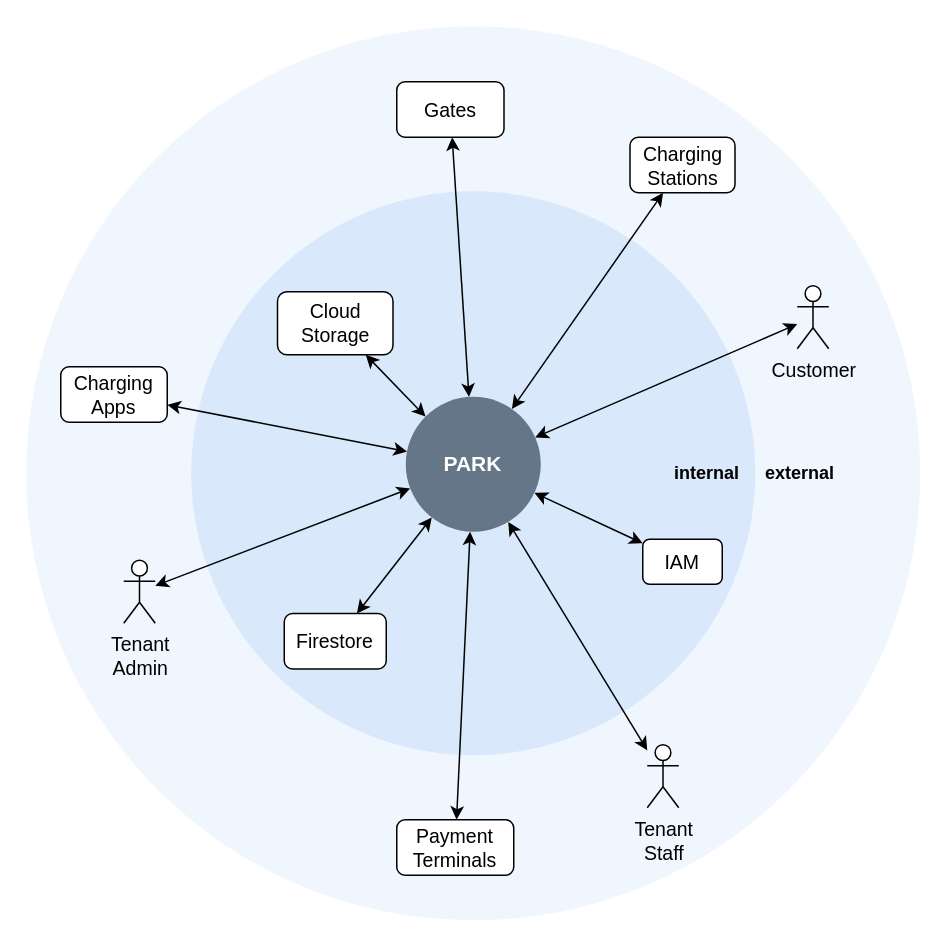
Above: docs/final_submission/resources/context-diagram.drawio in HTWG-Zeugs/park (draw.io), before the change. Source tidied: cells renumbered, new cells numbered last; positions are measured from the earlier drawing's top-left corner, leaving out a move shared by most shapes. Both pictures are drawn from the tidied source at 150%, with x=0, y=0 at pixel (26, 26).
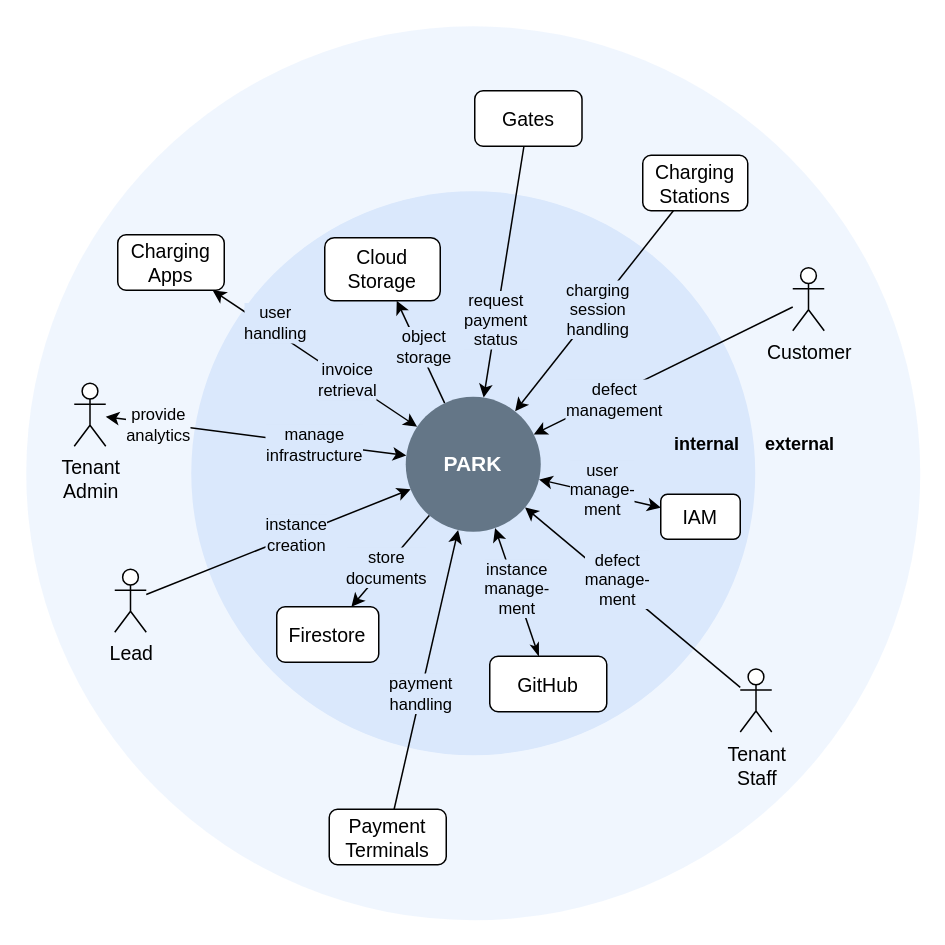
After the change.

Commit message (it also covers changes not shown here):
added context and use case diagrams

The change refers to these unchanged cells:
```xml
<mxCell id="4" value="&lt;span&gt;PARK&lt;/span&gt;" style="ellipse;whiteSpace=wrap;html=1;fillColor=#647687;fontColor=#ffffff;fontSize=14;fontStyle=1;strokeColor=none;" parent="1" vertex="1">
  <mxGeometry x="253" y="247" width="90" height="90" as="geometry" />
</mxCell>
<mxCell id="7" style="rounded=0;jettySize=auto;html=1;startArrow=classic;startFill=1;endArrow=classic;endFill=1;" parent="1" edge="1" source="8" target="4">
  <mxGeometry relative="1" as="geometry" />
</mxCell>
<mxCell id="19" style="rounded=0;jettySize=auto;html=1;startArrow=classic;startFill=1;endArrow=classic;endFill=1;" parent="1" edge="1" source="20" target="4">
  <mxGeometry relative="1" as="geometry" />
</mxCell>
<mxCell id="23" style="rounded=0;jettySize=auto;html=1;startArrow=classic;startFill=1;endArrow=classic;endFill=1;" parent="1" edge="1" source="24" target="4">
  <mxGeometry relative="1" as="geometry" />
</mxCell>
```

The edit, as a diff of the source:
```diff
@@
     <mxCell id="5" value="internal" style="text;html=1;align=center;verticalAlign=middle;whiteSpace=wrap;rounded=0;fontStyle=1;" parent="1" vertex="1">
-      <mxGeometry x="424" y="283" width="60" height="30" as="geometry" />
+      <mxGeometry x="423.5" y="264" width="60" height="30" as="geometry" />
     </mxCell>
     <mxCell id="6" value="external" style="text;html=1;align=center;verticalAlign=middle;whiteSpace=wrap;rounded=0;fontStyle=1;" parent="1" vertex="1">
-      <mxGeometry x="486" y="283" width="60" height="30" as="geometry" />
+      <mxGeometry x="485.5" y="264" width="60" height="30" as="geometry" />
     </mxCell>
@@
+    <mxCell id="27" value="user&lt;br&gt;manage-&lt;br&gt;ment" style="edgeLabel;html=1;align=center;verticalAlign=middle;labelBackgroundColor=light-dark(#dae8fc, #ededed);" parent="7" vertex="1">
+      <mxGeometry x="-0.35" relative="1" as="geometry">
+        <mxPoint x="-13" y="-6" as="offset" />
+      </mxGeometry>
+    </mxCell>
     <mxCell id="8" value="IAM" style="rounded=1;whiteSpace=wrap;html=1;fontSize=13;" parent="1" vertex="1">
-      <mxGeometry x="411" y="342" width="53" height="30" as="geometry" />
+      <mxGeometry x="423" y="312" width="53" height="30" as="geometry" />
     </mxCell>
-    <mxCell id="9" style="rounded=0;jettySize=auto;html=1;startArrow=classic;startFill=1;endArrow=classic;endFill=1;" parent="1" edge="1" source="10" target="4">
+    <mxCell id="9" style="rounded=0;jettySize=auto;html=1;startArrow=classic;startFill=1;endArrow=none;endFill=0;" parent="1" edge="1" source="10" target="4">
       <mxGeometry relative="1" as="geometry" />
     </mxCell>
+    <mxCell id="28" value="store&lt;br&gt;documents" style="edgeLabel;html=1;align=center;verticalAlign=middle;labelBackgroundColor=light-dark(#dae8fc, #ededed);" parent="9" vertex="1">
+      <mxGeometry x="-0.12" relative="1" as="geometry" />
+    </mxCell>
     <mxCell id="10" value="Firestore" style="rounded=1;whiteSpace=wrap;html=1;fontSize=13;" parent="1" vertex="1">
-      <mxGeometry x="172" y="391.5" width="68" height="37" as="geometry" />
+      <mxGeometry x="167" y="387" width="68" height="37" as="geometry" />
     </mxCell>
-    <mxCell id="11" style="rounded=0;jettySize=auto;html=1;entryX=0;entryY=0;entryDx=0;entryDy=0;startArrow=classic;startFill=1;endArrow=classic;endFill=1;" parent="1" edge="1" source="12" target="4">
-      <mxGeometry relative="1" as="geometry" />
+    <mxCell id="11" style="rounded=0;jettySize=auto;html=1;startArrow=classic;startFill=1;endArrow=none;endFill=0;" parent="1" edge="1" target="4">
+      <mxGeometry relative="1" as="geometry">
+        <mxPoint x="247" y="183" as="sourcePoint" />
+      </mxGeometry>
     </mxCell>
+    <mxCell id="29" value="object&lt;br&gt;storage" style="edgeLabel;html=1;align=center;verticalAlign=middle;labelBackgroundColor=light-dark(#dae8fc, #ededed);" parent="11" vertex="1">
+      <mxGeometry x="-0.21" relative="1" as="geometry">
+        <mxPoint x="5" y="3" as="offset" />
+      </mxGeometry>
+    </mxCell>
     <mxCell id="12" value="Cloud &lt;br&gt;Storage" style="rounded=1;whiteSpace=wrap;html=1;fontSize=13;" parent="1" vertex="1">
-      <mxGeometry x="167.5" y="177" width="77" height="42" as="geometry" />
+      <mxGeometry x="199" y="141" width="77" height="42" as="geometry" />
     </mxCell>
-    <mxCell id="13" style="rounded=0;jettySize=auto;html=1;startArrow=classic;startFill=1;endArrow=classic;endFill=1;" parent="1" edge="1" source="14" target="4">
+    <mxCell id="13" style="rounded=0;jettySize=auto;html=1;startArrow=none;startFill=0;endArrow=classic;endFill=1;" parent="1" edge="1" source="14" target="4">
       <mxGeometry relative="1" as="geometry" />
     </mxCell>
+    <mxCell id="30" value="request&lt;br&gt;payment&lt;br&gt;status" style="edgeLabel;html=1;align=center;verticalAlign=middle;labelBackgroundColor=light-dark(#dae8fc, #436697);" parent="13" vertex="1">
+      <mxGeometry x="0.5" y="1" relative="1" as="geometry">
+        <mxPoint y="-10" as="offset" />
+      </mxGeometry>
+    </mxCell>
     <mxCell id="14" value="Gates" style="rounded=1;whiteSpace=wrap;html=1;fontSize=13;" parent="1" vertex="1">
-      <mxGeometry x="247" y="37" width="71.5" height="37" as="geometry" />
+      <mxGeometry x="299" y="43" width="71.5" height="37" as="geometry" />
     </mxCell>
-    <mxCell id="15" style="rounded=0;jettySize=auto;html=1;startArrow=classic;startFill=1;endArrow=classic;endFill=1;" parent="1" edge="1" source="16" target="4">
+    <mxCell id="15" style="rounded=0;jettySize=auto;html=1;startArrow=none;startFill=0;endArrow=classic;endFill=1;" parent="1" edge="1" source="16" target="4">
       <mxGeometry relative="1" as="geometry" />
     </mxCell>
+    <mxCell id="31" value="payment&lt;br&gt;handling" style="edgeLabel;html=1;align=center;verticalAlign=middle;labelBackgroundColor=light-dark(#dae8fc, #ededed);" parent="15" vertex="1">
+      <mxGeometry x="-0.17" relative="1" as="geometry" />
+    </mxCell>
     <mxCell id="16" value="Payment Terminals" style="rounded=1;whiteSpace=wrap;html=1;fontSize=13;" parent="1" vertex="1">
-      <mxGeometry x="247" y="529" width="78" height="37" as="geometry" />
+      <mxGeometry x="202" y="522" width="78" height="37" as="geometry" />
     </mxCell>
-    <mxCell id="17" style="rounded=0;jettySize=auto;html=1;startArrow=classic;startFill=1;endArrow=classic;endFill=1;" parent="1" edge="1" source="18" target="4">
+    <mxCell id="17" style="rounded=0;jettySize=auto;html=1;startArrow=none;startFill=0;endArrow=classic;endFill=1;" parent="1" edge="1" source="18" target="4">
       <mxGeometry relative="1" as="geometry" />
     </mxCell>
+    <mxCell id="32" value="charging&lt;br&gt;session&lt;br&gt;handling" style="edgeLabel;html=1;align=center;verticalAlign=middle;labelBackgroundColor=light-dark(#dae8fc, #ededed);" parent="17" vertex="1">
+      <mxGeometry x="-0.03" relative="1" as="geometry" />
+    </mxCell>
     <mxCell id="18" value="Charging Stations" style="rounded=1;whiteSpace=wrap;html=1;fontSize=13;" parent="1" vertex="1">
-      <mxGeometry x="402.5" y="74" width="70" height="37" as="geometry" />
+      <mxGeometry x="411" y="86" width="70" height="37" as="geometry" />
     </mxCell>
@@
+    <mxCell id="33" value="user&lt;br&gt;handling" style="edgeLabel;html=1;align=center;verticalAlign=middle;labelBackgroundColor=light-dark(#dae8fc, #ededed);" parent="19" vertex="1">
+      <mxGeometry x="-0.52" y="1" relative="1" as="geometry">
+        <mxPoint x="8" y="1" as="offset" />
+      </mxGeometry>
+    </mxCell>
+    <mxCell id="34" value="invoice&lt;br&gt;retrieval" style="edgeLabel;html=1;align=center;verticalAlign=middle;labelBackgroundColor=light-dark(#dae8fc, #ededed);" parent="19" vertex="1">
+      <mxGeometry x="0.31" relative="1" as="geometry" />
+    </mxCell>
     <mxCell id="20" value="Charging &lt;br&gt;Apps" style="rounded=1;whiteSpace=wrap;html=1;fontSize=13;" parent="1" vertex="1">
-      <mxGeometry x="23" y="227" width="71" height="37" as="geometry" />
+      <mxGeometry x="61" y="139" width="71" height="37" as="geometry" />
     </mxCell>
-    <mxCell id="21" style="rounded=0;jettySize=auto;html=1;startArrow=classic;startFill=1;endArrow=classic;endFill=1;" parent="1" edge="1" source="22" target="4">
+    <mxCell id="21" style="rounded=0;jettySize=auto;html=1;startArrow=none;startFill=0;endArrow=classic;endFill=1;" parent="1" edge="1" source="22" target="4">
       <mxGeometry relative="1" as="geometry" />
     </mxCell>
+    <mxCell id="35" value="defect&lt;br&gt;management" style="edgeLabel;html=1;align=center;verticalAlign=middle;labelBackgroundColor=light-dark(#dae8fc, #436697);" parent="21" vertex="1">
+      <mxGeometry x="0.5" relative="1" as="geometry">
+        <mxPoint x="10" y="-2" as="offset" />
+      </mxGeometry>
+    </mxCell>
     <mxCell id="22" value="Customer" style="shape=umlActor;verticalLabelPosition=bottom;verticalAlign=top;html=1;outlineConnect=0;fontSize=13;" parent="1" vertex="1">
-      <mxGeometry x="514" y="173" width="21" height="42" as="geometry" />
+      <mxGeometry x="511" y="161" width="21" height="42" as="geometry" />
     </mxCell>
@@
+    <mxCell id="36" value="manage&lt;br&gt;infrastructure" style="edgeLabel;html=1;align=center;verticalAlign=middle;labelBackgroundColor=light-dark(#dae8fc, #ededed);" parent="23" vertex="1">
+      <mxGeometry x="0.39" y="1" relative="1" as="geometry">
+        <mxPoint y="1" as="offset" />
+      </mxGeometry>
+    </mxCell>
+    <mxCell id="37" value="provide&lt;br&gt;analytics" style="edgeLabel;html=1;align=center;verticalAlign=middle;labelBackgroundColor=light-dark(#f0f6fe, #ededed);" parent="23" vertex="1">
+      <mxGeometry x="-0.62" relative="1" as="geometry">
+        <mxPoint x="-3" as="offset" />
+      </mxGeometry>
+    </mxCell>
     <mxCell id="24" value="Tenant &lt;br&gt;Admin" style="shape=umlActor;verticalLabelPosition=bottom;verticalAlign=top;html=1;outlineConnect=0;fontSize=13;" parent="1" vertex="1">
-      <mxGeometry x="65" y="356" width="21" height="42" as="geometry" />
+      <mxGeometry x="32" y="238" width="21" height="42" as="geometry" />
     </mxCell>
-    <mxCell id="25" style="rounded=0;jettySize=auto;html=1;startArrow=classic;startFill=1;endArrow=classic;endFill=1;" parent="1" edge="1" source="26" target="4">
+    <mxCell id="25" style="rounded=0;jettySize=auto;html=1;startArrow=none;startFill=0;endArrow=classic;endFill=1;" parent="1" edge="1" source="26" target="4">
       <mxGeometry relative="1" as="geometry" />
     </mxCell>
+    <mxCell id="38" value="defect&lt;br&gt;manage-&lt;br&gt;ment" style="edgeLabel;html=1;align=center;verticalAlign=middle;labelBackgroundColor=light-dark(#dae8fc, #ededed);" parent="25" vertex="1">
+      <mxGeometry x="0.48" y="1" relative="1" as="geometry">
+        <mxPoint x="24" y="15" as="offset" />
+      </mxGeometry>
+    </mxCell>
     <mxCell id="26" value="Tenant&lt;br&gt;Staff" style="shape=umlActor;verticalLabelPosition=bottom;verticalAlign=top;html=1;outlineConnect=0;fontSize=13;" parent="1" vertex="1">
-      <mxGeometry x="414" y="479" width="21" height="42" as="geometry" />
+      <mxGeometry x="476" y="428.5" width="21" height="42" as="geometry" />
     </mxCell>
+    <mxCell id="39" style="rounded=0;jettySize=auto;html=1;startArrow=classicThin;startFill=1;" parent="1" edge="1" source="41" target="4">
+      <mxGeometry relative="1" as="geometry" />
+    </mxCell>
+    <mxCell id="40" value="instance&lt;br&gt;manage-&lt;br&gt;ment" style="edgeLabel;html=1;align=center;verticalAlign=middle;labelBackgroundColor=light-dark(#dae8fc, #ededed);" parent="39" vertex="1">
+      <mxGeometry x="0.06" relative="1" as="geometry" />
+    </mxCell>
+    <mxCell id="41" value="GitHub" style="rounded=1;whiteSpace=wrap;html=1;fontSize=13;" parent="1" vertex="1">
+      <mxGeometry x="309" y="420" width="78" height="37" as="geometry" />
+    </mxCell>
+    <mxCell id="42" style="rounded=0;jettySize=auto;html=1;startArrow=none;startFill=0;" parent="1" edge="1" source="44" target="4">
+      <mxGeometry relative="1" as="geometry" />
+    </mxCell>
+    <mxCell id="43" value="instance&lt;br&gt;creation" style="edgeLabel;html=1;align=center;verticalAlign=middle;labelBackgroundColor=light-dark(#dae8fc, #ededed);" parent="42" vertex="1">
+      <mxGeometry x="0.13" y="1" relative="1" as="geometry" />
+    </mxCell>
+    <mxCell id="44" value="Lead" style="shape=umlActor;verticalLabelPosition=bottom;verticalAlign=top;html=1;outlineConnect=0;fontSize=13;" parent="1" vertex="1">
+      <mxGeometry x="59" y="362" width="21" height="42" as="geometry" />
+    </mxCell>
```
